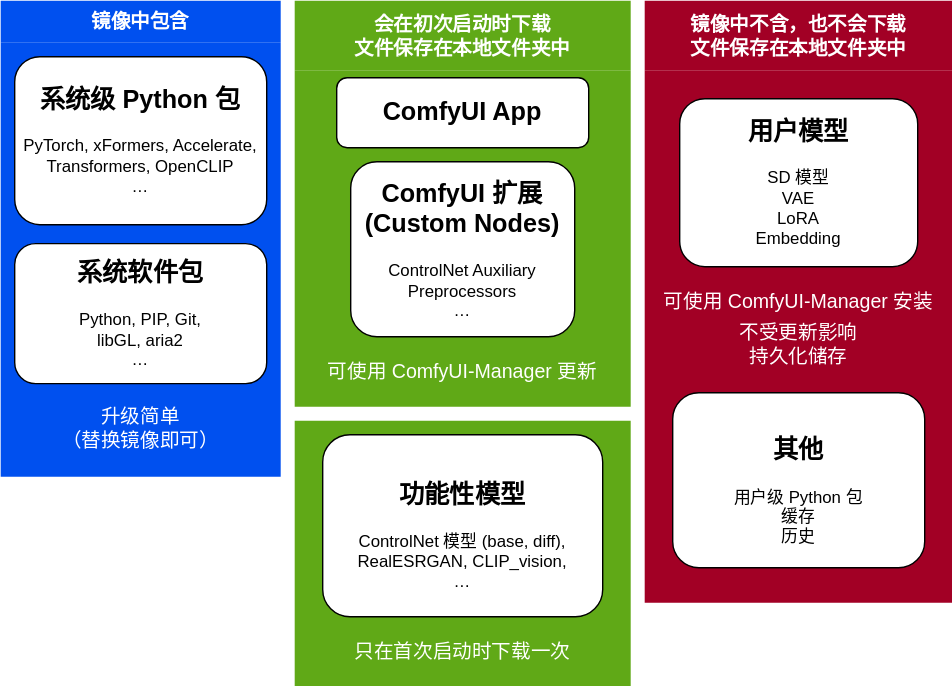
This is docs/chart-concept.zh.svg from YanWenKun/ComfyUI-Docker, a draw.io export, as it was before one commit. Source tidied: cells renumbered, new cells last; positions are measured from the earlier drawing's top-left corner, leaving out a move shared by most shapes.
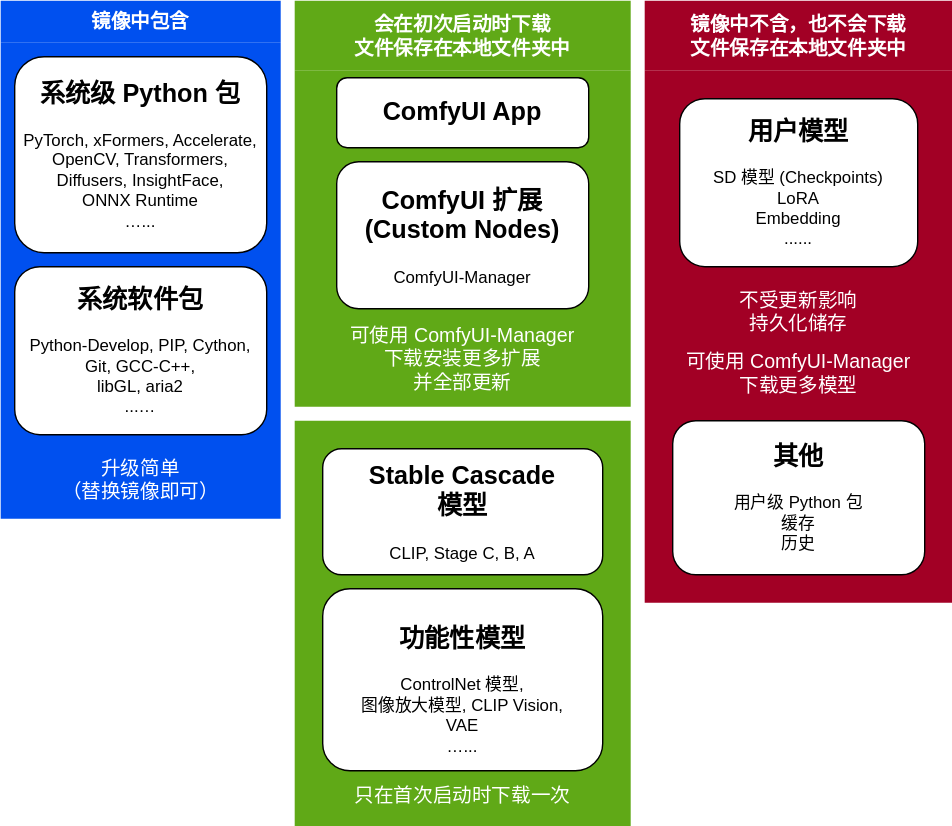
Above is the later version.

The edit, as a diff of the source:
```diff
@@ -3,16 +3,16 @@
     <mxCell id="0" />
     <mxCell id="1" parent="0" />
     <mxCell id="2" value="镜像中包含" style="swimlane;whiteSpace=wrap;html=1;fillColor=#0050ef;strokeColor=none;fontColor=#ffffff;fillStyle=auto;swimlaneFillColor=#0050EF;fontSize=14;fontFamily=Helvetica;swimlaneLine=0;shadow=0;rounded=0;glass=0;startSize=30;" parent="1" vertex="1">
-      <mxGeometry width="200" height="340" as="geometry" />
+      <mxGeometry width="200" height="370" as="geometry" />
     </mxCell>
-    <mxCell id="3" value="&lt;h2&gt;系统级 Python 包&lt;/h2&gt;&lt;div&gt;PyTorch, xFormers, Accelerate,&lt;/div&gt;&lt;div&gt;Transformers, OpenCLIP&lt;/div&gt;&lt;div&gt;…&lt;/div&gt;&lt;div&gt;&lt;br&gt;&lt;/div&gt;" style="rounded=1;whiteSpace=wrap;html=1;" parent="2" vertex="1">
-      <mxGeometry x="10" y="40" width="180" height="120" as="geometry" />
+    <mxCell id="3" value="&lt;h2&gt;系统级 Python 包&lt;/h2&gt;&lt;div&gt;&lt;div&gt;PyTorch, xFormers, Accelerate,&lt;/div&gt;&lt;div&gt;OpenCV, Transformers,&lt;/div&gt;&lt;div&gt;Diffusers, InsightFace,&lt;/div&gt;&lt;div&gt;ONNX Runtime&lt;/div&gt;&lt;div&gt;…...&lt;/div&gt;&lt;/div&gt;&lt;div&gt;&lt;br&gt;&lt;/div&gt;" style="rounded=1;whiteSpace=wrap;html=1;" parent="2" vertex="1">
+      <mxGeometry x="10" y="40" width="180" height="140" as="geometry" />
     </mxCell>
-    <mxCell id="4" value="&lt;h2&gt;系统软件包&lt;/h2&gt;&lt;div&gt;Python, PIP, Git,&lt;/div&gt;libGL, aria2&lt;span style=&quot;background-color: initial;&quot;&gt;&lt;br&gt;…&lt;br&gt;&lt;br&gt;&lt;/span&gt;" style="rounded=1;whiteSpace=wrap;html=1;" parent="2" vertex="1">
-      <mxGeometry x="10" y="173.5" width="180" height="100" as="geometry" />
+    <mxCell id="4" value="&lt;h2&gt;系统软件包&lt;/h2&gt;&lt;div&gt;&lt;/div&gt;&lt;span style=&quot;background-color: initial;&quot;&gt;&lt;div&gt;Python-Develop, PIP, Cython,&lt;/div&gt;&lt;div&gt;Git, GCC-C++,&lt;/div&gt;&lt;div&gt;libGL, aria2&lt;/div&gt;&lt;div&gt;...…&lt;/div&gt;&lt;br&gt;&lt;/span&gt;" style="rounded=1;whiteSpace=wrap;html=1;" parent="2" vertex="1">
+      <mxGeometry x="10" y="190" width="180" height="120" as="geometry" />
     </mxCell>
     <mxCell id="5" value="&lt;div&gt;升级简单&lt;/div&gt;&lt;div&gt;（替换镜像即可）&lt;/div&gt;" style="text;html=1;align=center;verticalAlign=middle;whiteSpace=wrap;rounded=0;fontColor=#FFFFFF;fontSize=14;" parent="2" vertex="1">
-      <mxGeometry x="30" y="290" width="140" height="30" as="geometry" />
+      <mxGeometry x="30" y="327" width="140" height="30" as="geometry" />
     </mxCell>
     <mxCell id="6" value="&lt;div&gt;会在初次启动时下载&lt;/div&gt;&lt;div&gt;文件保存在本地文件夹中&lt;/div&gt;" style="swimlane;whiteSpace=wrap;html=1;startSize=50;fillColor=#60a917;fontColor=#ffffff;strokeColor=none;fontSize=14;fontFamily=Helvetica;swimlaneFillColor=#60A917;swimlaneLine=0;shadow=0;glass=0;" parent="1" vertex="1">
       <mxGeometry x="210" width="240" height="290" as="geometry" />
@@ -20,35 +20,38 @@
     <mxCell id="7" value="&lt;h2&gt;ComfyUI App&lt;/h2&gt;" style="rounded=1;whiteSpace=wrap;html=1;" parent="6" vertex="1">
       <mxGeometry x="30" y="55" width="180" height="50" as="geometry" />
     </mxCell>
-    <mxCell id="8" value="&lt;h2&gt;ComfyUI 扩展(Custom Nodes)&lt;/h2&gt;&lt;div&gt;ControlNet Auxiliary Preprocessors&lt;br&gt;&lt;/div&gt;&lt;div&gt;…&lt;/div&gt;&lt;div&gt;&lt;br&gt;&lt;/div&gt;" style="rounded=1;whiteSpace=wrap;html=1;" parent="6" vertex="1">
-      <mxGeometry x="40" y="115" width="160" height="125" as="geometry" />
+    <mxCell id="8" value="&lt;h2&gt;ComfyUI 扩展(Custom Nodes)&lt;/h2&gt;&lt;div&gt;ComfyUI-Manager&lt;br&gt;&lt;/div&gt;&lt;div&gt;&lt;br&gt;&lt;/div&gt;" style="rounded=1;whiteSpace=wrap;html=1;" parent="6" vertex="1">
+      <mxGeometry x="30" y="115" width="180" height="105" as="geometry" />
     </mxCell>
-    <mxCell id="9" value="&lt;div&gt;可使用 ComfyUI-Manager&amp;nbsp;&lt;span style=&quot;background-color: initial;&quot;&gt;更新&lt;/span&gt;&lt;/div&gt;" style="text;html=1;align=center;verticalAlign=middle;whiteSpace=wrap;rounded=0;fontColor=#FFFFFF;fontSize=14;" parent="6" vertex="1">
-      <mxGeometry y="250" width="240" height="30" as="geometry" />
+    <mxCell id="9" value="&lt;div&gt;可使用 ComfyUI-Manager&lt;/div&gt;&lt;div&gt;&lt;span style=&quot;background-color: initial;&quot;&gt;下载安装更多扩展&lt;/span&gt;&lt;/div&gt;&lt;div&gt;&lt;span style=&quot;background-color: initial;&quot;&gt;并全部更新&lt;/span&gt;&lt;/div&gt;" style="text;html=1;align=center;verticalAlign=middle;whiteSpace=wrap;rounded=0;fontColor=#FFFFFF;fontSize=14;" parent="6" vertex="1">
+      <mxGeometry y="226" width="240" height="60" as="geometry" />
     </mxCell>
     <mxCell id="10" value="&lt;div&gt;镜像中不含，也不会下载&lt;/div&gt;&lt;div&gt;文件保存在本地文件夹中&lt;/div&gt;" style="swimlane;whiteSpace=wrap;html=1;fontSize=14;fillColor=#a20025;fontColor=#ffffff;strokeColor=none;swimlaneLine=0;swimlaneFillColor=#A20025;startSize=50;" parent="1" vertex="1">
       <mxGeometry x="460" width="220" height="430" as="geometry" />
     </mxCell>
-    <mxCell id="11" value="&lt;h2&gt;用户模型&lt;/h2&gt;&lt;div&gt;&lt;div&gt;SD 模型&lt;/div&gt;&lt;div&gt;VAE&lt;/div&gt;&lt;div&gt;LoRA&lt;/div&gt;&lt;div&gt;Embedding&lt;/div&gt;&lt;/div&gt;&lt;div&gt;&lt;br&gt;&lt;/div&gt;" style="rounded=1;whiteSpace=wrap;html=1;" parent="10" vertex="1">
+    <mxCell id="11" value="&lt;h2&gt;用户模型&lt;/h2&gt;&lt;div&gt;&lt;div&gt;SD 模型&amp;nbsp;(Checkpoints)&lt;/div&gt;&lt;div&gt;LoRA&lt;/div&gt;&lt;div&gt;Embedding&lt;/div&gt;&lt;/div&gt;&lt;div&gt;......&lt;/div&gt;&lt;div&gt;&lt;br&gt;&lt;/div&gt;" style="rounded=1;whiteSpace=wrap;html=1;" parent="10" vertex="1">
       <mxGeometry x="25" y="70" width="170" height="120" as="geometry" />
     </mxCell>
-    <mxCell id="12" value="&lt;h2&gt;其他&lt;/h2&gt;用户级 Python 包&lt;div&gt;缓存&lt;/div&gt;&lt;div&gt;历史&lt;/div&gt;" style="rounded=1;whiteSpace=wrap;html=1;glass=0;" parent="10" vertex="1">
-      <mxGeometry x="20" y="280" width="180" height="125" as="geometry" />
+    <mxCell id="12" value="&lt;h2&gt;其他&lt;/h2&gt;用户级 Python 包&lt;div&gt;缓存&lt;/div&gt;&lt;div&gt;历史&lt;/div&gt;&lt;div&gt;&lt;br&gt;&lt;/div&gt;" style="rounded=1;whiteSpace=wrap;html=1;glass=0;" parent="10" vertex="1">
+      <mxGeometry x="20" y="300" width="180" height="110" as="geometry" />
     </mxCell>
     <mxCell id="13" value="&lt;div&gt;不受更新影响&lt;/div&gt;&lt;div&gt;持久化储存&lt;/div&gt;" style="text;html=1;align=center;verticalAlign=middle;whiteSpace=wrap;rounded=0;fontColor=#FFFFFF;fontSize=14;" parent="10" vertex="1">
-      <mxGeometry x="25" y="230" width="170" height="30" as="geometry" />
+      <mxGeometry x="25" y="202" width="170" height="40" as="geometry" />
     </mxCell>
-    <mxCell id="14" value="可使用 ComfyUI-Manager 安装" style="text;html=1;align=center;verticalAlign=middle;whiteSpace=wrap;rounded=0;fontColor=#FFFFFF;fontSize=14;" parent="10" vertex="1">
-      <mxGeometry y="200" width="220" height="30" as="geometry" />
+    <mxCell id="14" value="可使用 ComfyUI-Manager&lt;br&gt;下载更多模型" style="text;html=1;align=center;verticalAlign=middle;whiteSpace=wrap;rounded=0;fontColor=#FFFFFF;fontSize=14;" parent="10" vertex="1">
+      <mxGeometry y="246" width="220" height="40" as="geometry" />
     </mxCell>
     <mxCell id="15" style="swimlane;startSize=0;strokeColor=none;swimlaneLine=0;fillColor=none;swimlaneFillColor=#60A917;" parent="1" vertex="1">
-      <mxGeometry x="210" y="300" width="240" height="190" as="geometry" />
+      <mxGeometry x="210" y="300" width="240" height="290" as="geometry" />
     </mxCell>
-    <mxCell id="16" value="&lt;h2&gt;功能性模型&lt;/h2&gt;&lt;div&gt;ControlNet 模型&amp;nbsp;&lt;span style=&quot;background-color: initial;&quot;&gt;(base, diff),&lt;/span&gt;&lt;/div&gt;&lt;div&gt;RealESRGAN,&amp;nbsp;&lt;span style=&quot;background-color: initial;&quot;&gt;CLIP_vision,&lt;/span&gt;&lt;/div&gt;&lt;div&gt;…&lt;/div&gt;" style="rounded=1;whiteSpace=wrap;html=1;" parent="15" vertex="1">
-      <mxGeometry x="20" y="10" width="200" height="130" as="geometry" />
+    <mxCell id="16" value="&lt;h2&gt;功能性模型&lt;/h2&gt;&lt;div&gt;ControlNet 模型,&lt;br&gt;&lt;/div&gt;&lt;div&gt;图像放大模型, CLIP Vision,&lt;/div&gt;&lt;div&gt;VAE&lt;/div&gt;&lt;div&gt;…...&lt;/div&gt;" style="rounded=1;whiteSpace=wrap;html=1;" parent="15" vertex="1">
+      <mxGeometry x="20" y="120" width="200" height="130" as="geometry" />
     </mxCell>
     <mxCell id="17" value="只在首次启动时下载一次" style="text;html=1;align=center;verticalAlign=middle;whiteSpace=wrap;rounded=0;fontColor=#FFFFFF;fontSize=14;" parent="15" vertex="1">
-      <mxGeometry x="35" y="150" width="170" height="30" as="geometry" />
+      <mxGeometry x="35" y="253" width="170" height="30" as="geometry" />
     </mxCell>
+    <mxCell id="18" value="&lt;h2&gt;Stable Cascade&lt;br&gt;模型&lt;/h2&gt;&lt;div&gt;CLIP, Stage C, B, A&lt;/div&gt;&lt;div&gt;&lt;br&gt;&lt;/div&gt;" style="rounded=1;whiteSpace=wrap;html=1;" parent="15" vertex="1">
+      <mxGeometry x="20" y="20" width="200" height="90" as="geometry" />
+    </mxCell>
   </root>
 </mxGraphModel>
```
